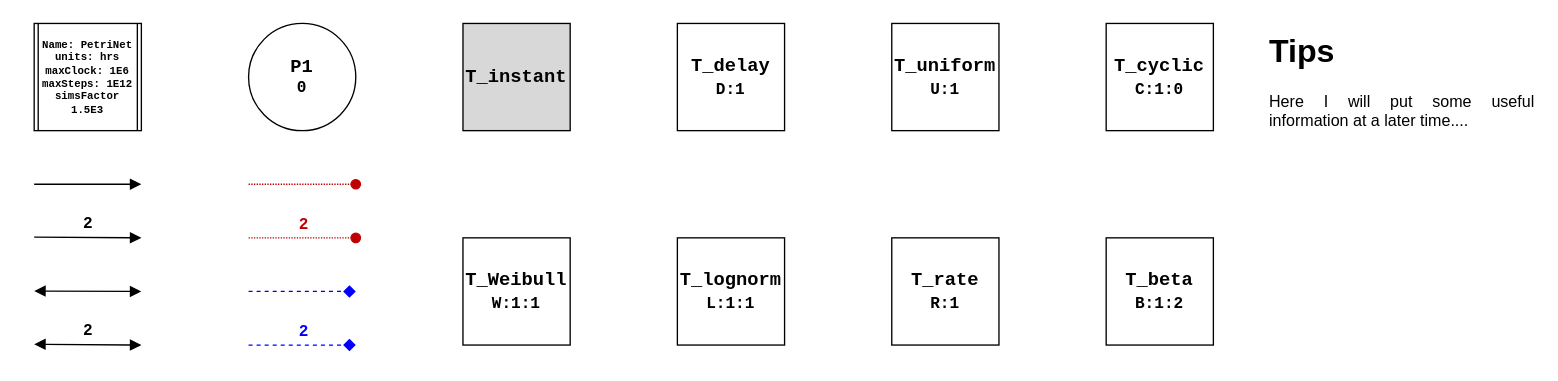
Before: PetriNetDrawingTools/draw.io/Template.drawio.xml in MJWootton-Research/Macchiato, a draw.io diagram. Source tidied: cells renumbered, new cells numbered last; positions are measured from the earlier drawing's top-left corner, leaving out a move shared by most shapes. Both pictures are drawn from the tidied source at 134%, with x=0, y=0 at pixel (34, 23).
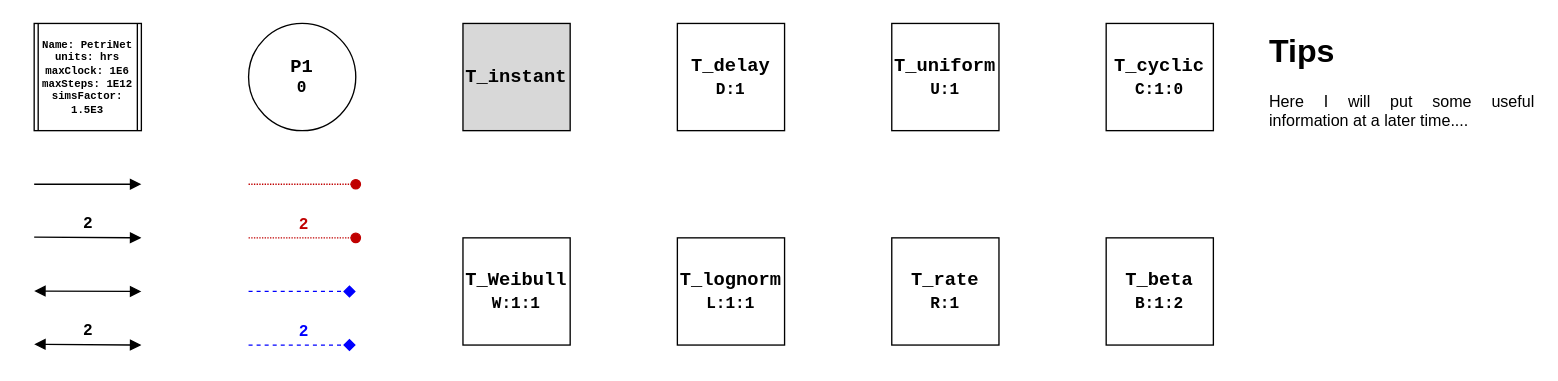
After the change.

The edit, as a diff of the source:
```diff
@@
-    <object id="27" label="&lt;font&gt;&lt;b style=&quot;&quot;&gt;Name: %name%&lt;/b&gt;&lt;/font&gt;&lt;div&gt;&lt;b style=&quot;background-color: transparent; color: light-dark(rgb(0, 0, 0), rgb(255, 255, 255));&quot;&gt;units: %units%&lt;/b&gt;&lt;/div&gt;&lt;div&gt;&lt;b style=&quot;background-color: transparent; color: light-dark(rgb(0, 0, 0), rgb(255, 255, 255));&quot;&gt;maxClock: %maxClock%&lt;/b&gt;&lt;/div&gt;&lt;div&gt;&lt;b style=&quot;color: light-dark(rgb(0, 0, 0), rgb(255, 255, 255)); background-color: transparent;&quot;&gt;maxSteps: %maxSteps%&lt;/b&gt;&lt;/div&gt;&lt;div&gt;&lt;b style=&quot;color: light-dark(rgb(0, 0, 0), rgb(255, 255, 255)); background-color: transparent;&quot;&gt;simsFactor %simsFactor%&lt;/b&gt;&lt;/div&gt;" maxClock="1E6" maxSteps="1E12" name="PetriNet" placeholders="1" simsFactor="1.5E3" units="hrs">
+    <object id="27" label="&lt;font&gt;&lt;b style=&quot;&quot;&gt;Name: %name%&lt;/b&gt;&lt;/font&gt;&lt;div&gt;&lt;b style=&quot;background-color: transparent; color: light-dark(rgb(0, 0, 0), rgb(255, 255, 255));&quot;&gt;units: %units%&lt;/b&gt;&lt;/div&gt;&lt;div&gt;&lt;b style=&quot;background-color: transparent; color: light-dark(rgb(0, 0, 0), rgb(255, 255, 255));&quot;&gt;maxClock: %maxClock%&lt;/b&gt;&lt;/div&gt;&lt;div&gt;&lt;b style=&quot;color: light-dark(rgb(0, 0, 0), rgb(255, 255, 255)); background-color: transparent;&quot;&gt;maxSteps: %maxSteps%&lt;/b&gt;&lt;/div&gt;&lt;div&gt;&lt;b style=&quot;color: light-dark(rgb(0, 0, 0), rgb(255, 255, 255)); background-color: transparent;&quot;&gt;simsFactor: %simsFactor%&lt;/b&gt;&lt;/div&gt;" maxClock="1E6" maxSteps="1E12" name="PetriNet" placeholders="1" simsFactor="1.5E3" units="hrs">
       <mxCell style="shape=process;html=1;backgroundOutline=1;fontFamily=Courier New;autosizeText=1;fontSize=8;whiteSpace=wrap;size=0.03810492621527759;" parent="1" vertex="1">
         <mxGeometry width="80" height="80" as="geometry" />
       </mxCell>
     </object>
```
